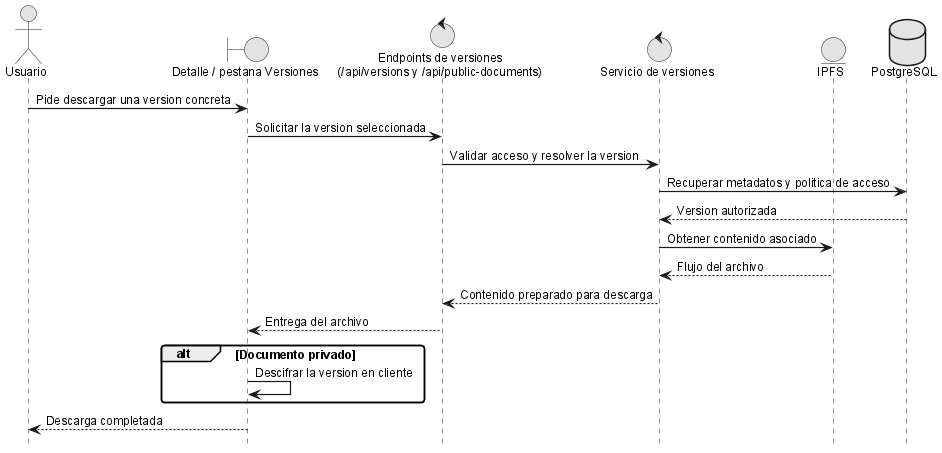
Before: anexos/diagramas/seq-download-version.png, a diagram exported from PlantUML (ErDeivih/DocumentChain). Source of this version:
```plantuml
@startuml
!include _sequence-style.puml
actor Usuario as user
boundary "Detalle / pestana Versiones" as ui
control "Endpoints de versiones\n(/api/versions y /api/public-documents)" as versionApi
control "Servicio de versiones" as srv
entity "IPFS" as ipfs
database "PostgreSQL" as db

user -> ui: Pide descargar una version concreta
ui -> versionApi: Solicitar la version seleccionada
versionApi -> srv: Validar acceso y resolver la version
srv -> db: Recuperar metadatos y politica de acceso
db --> srv: Version autorizada
srv -> ipfs: Obtener contenido asociado
ipfs --> srv: Flujo del archivo
srv --> versionApi: Contenido preparado para descarga
versionApi --> ui: Entrega del archivo
alt Documento privado
	ui -> ui: Descifrar la version en cliente
end
ui --> user: Descarga completada

@enduml
```
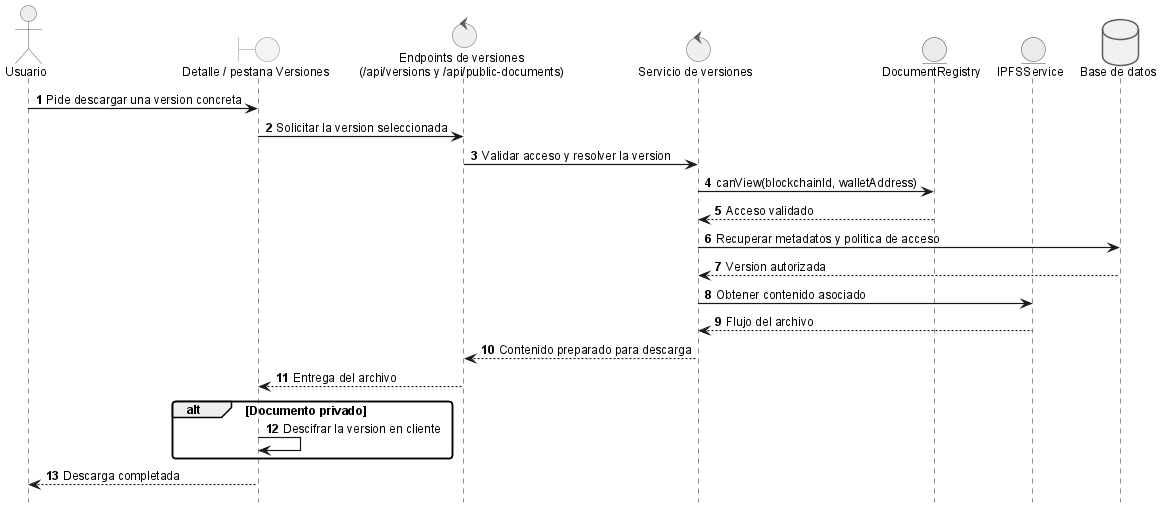
After the commit.

Change to the diagram source:
```diff
@@ -4,12 +4,15 @@
 boundary "Detalle / pestana Versiones" as ui
 control "Endpoints de versiones\n(/api/versions y /api/public-documents)" as versionApi
 control "Servicio de versiones" as srv
-entity "IPFS" as ipfs
-database "PostgreSQL" as db
+entity "DocumentRegistry" as sc
+entity "IPFSService" as ipfs
+database "Base de datos" as db
 
 user -> ui: Pide descargar una version concreta
 ui -> versionApi: Solicitar la version seleccionada
 versionApi -> srv: Validar acceso y resolver la version
+srv -> sc: canView(blockchainId, walletAddress)
+sc --> srv: Acceso validado
 srv -> db: Recuperar metadatos y politica de acceso
 db --> srv: Version autorizada
 srv -> ipfs: Obtener contenido asociado
```
